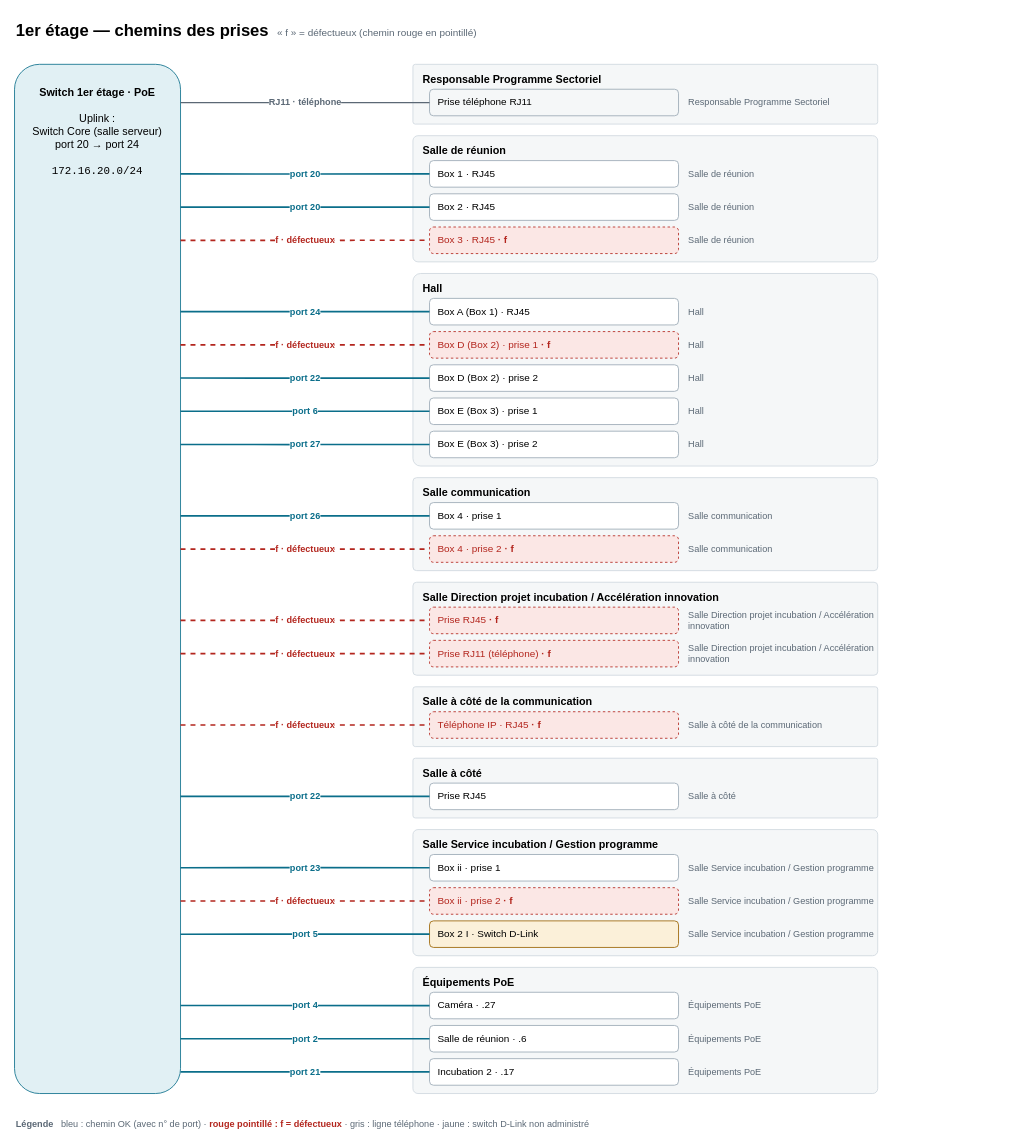
Earlier version of the draw.io diagram page "2 - 1er étage (détail)" (2 of 3) of docs/architecture-reseau/architecture-reseau.drawio (obssieh-hash/uediaefgzeaf-egferzufgezifzehu-). Source tidied: cells renumbered, new cells numbered last; positions are measured from the earlier drawing's top-left corner, leaving out a move shared by most shapes. Both pictures are drawn from the tidied source at 83%, with x=0, y=0 at pixel (14, 14).
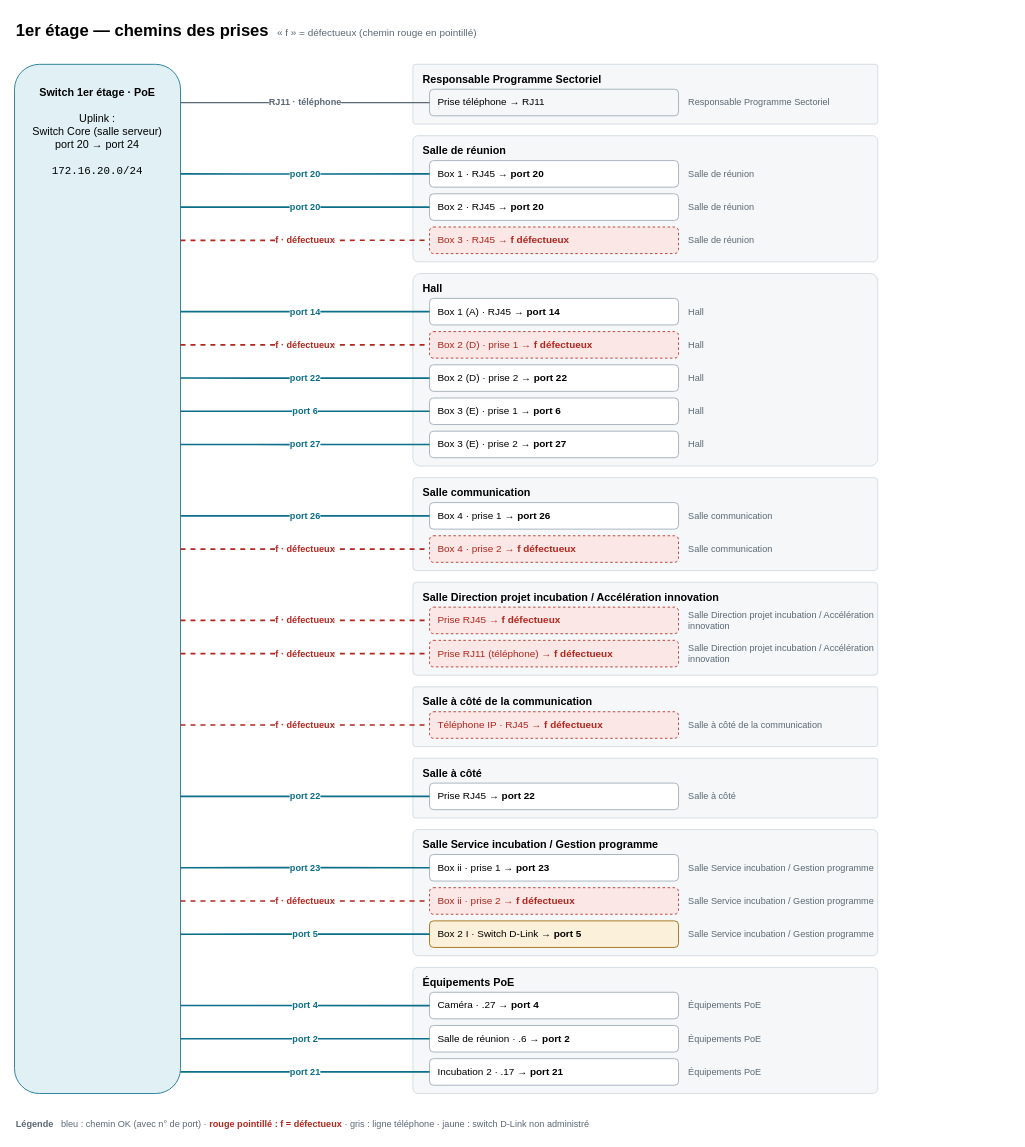
The same diagram, later.

Commit message (it also covers changes not shown here):
Show switch port on each box; Hall Box 1 on port 14

Claude-Session: https://claude.ai/code/session_01F2rKLbVqMneLCpJ3bEKdsS

The change refers to these unchanged cells:
```xml
<mxCell id="3" value="&lt;b&gt;Switch 1er étage · PoE&lt;/b&gt;&lt;br&gt;&lt;br&gt;Uplink :&lt;br&gt;Switch Core (salle serveur)&lt;br&gt;port 20 → port 24&lt;br&gt;&lt;br&gt;&lt;font face='monospace'&gt;172.16.20.0/24&lt;/font&gt;" style="rounded=1;whiteSpace=wrap;html=1;fillColor=#E1F0F4;strokeColor=#0B6E8A;fontSize=13;verticalAlign=top;spacingTop=20;" parent="1" vertex="1">
  <mxGeometry y="60" width="200" height="1240" as="geometry" />
</mxCell>
```

Change to the diagram source:
```diff
@@
-    <mxCell id="5" value="Prise téléphone RJ11" style="rounded=1;whiteSpace=wrap;html=1;fillColor=#F5F7F8;strokeColor=#9AA8B4;fontSize=12;align=left;spacingLeft=8;" parent="1" vertex="1">
+    <mxCell id="5" value="Prise téléphone  → RJ11" style="rounded=1;whiteSpace=wrap;html=1;fillColor=#F5F7F8;strokeColor=#9AA8B4;fontSize=12;align=left;spacingLeft=8;" parent="1" vertex="1">
       <mxGeometry x="500" y="90" width="300" height="32" as="geometry" />
     </mxCell>
@@
-    <mxCell id="8" value="Box 1 · RJ45" style="rounded=1;whiteSpace=wrap;html=1;fillColor=#FFFFFF;strokeColor=#9AA8B4;fontSize=12;align=left;spacingLeft=8;" parent="1" vertex="1">
+    <mxCell id="8" value="Box 1 · RJ45  → &lt;b&gt;port 20&lt;/b&gt;" style="rounded=1;whiteSpace=wrap;html=1;fillColor=#FFFFFF;strokeColor=#9AA8B4;fontSize=12;align=left;spacingLeft=8;" parent="1" vertex="1">
       <mxGeometry x="500" y="176" width="300" height="32" as="geometry" />
     </mxCell>
@@
-    <mxCell id="10" value="Box 2 · RJ45" style="rounded=1;whiteSpace=wrap;html=1;fillColor=#FFFFFF;strokeColor=#9AA8B4;fontSize=12;align=left;spacingLeft=8;" parent="1" vertex="1">
+    <mxCell id="10" value="Box 2 · RJ45  → &lt;b&gt;port 20&lt;/b&gt;" style="rounded=1;whiteSpace=wrap;html=1;fillColor=#FFFFFF;strokeColor=#9AA8B4;fontSize=12;align=left;spacingLeft=8;" parent="1" vertex="1">
       <mxGeometry x="500" y="216" width="300" height="32" as="geometry" />
     </mxCell>
@@
-    <mxCell id="12" value="Box 3 · RJ45  &lt;b&gt;· f&lt;/b&gt;" style="rounded=1;whiteSpace=wrap;html=1;fillColor=#FBE7E5;strokeColor=#B3261E;fontColor=#B3261E;fontSize=12;align=left;spacingLeft=8;dashed=1;" parent="1" vertex="1">
+    <mxCell id="12" value="Box 3 · RJ45  → &lt;b&gt;f défectueux&lt;/b&gt;" style="rounded=1;whiteSpace=wrap;html=1;fillColor=#FBE7E5;strokeColor=#B3261E;fontColor=#B3261E;fontSize=12;align=left;spacingLeft=8;dashed=1;" parent="1" vertex="1">
       <mxGeometry x="500" y="256" width="300" height="32" as="geometry" />
     </mxCell>
@@
-    <mxCell id="15" value="Box A (Box 1) · RJ45" style="rounded=1;whiteSpace=wrap;html=1;fillColor=#FFFFFF;strokeColor=#9AA8B4;fontSize=12;align=left;spacingLeft=8;" parent="1" vertex="1">
+    <mxCell id="15" value="Box 1 (A) · RJ45  → &lt;b&gt;port 14&lt;/b&gt;" style="rounded=1;whiteSpace=wrap;html=1;fillColor=#FFFFFF;strokeColor=#9AA8B4;fontSize=12;align=left;spacingLeft=8;" parent="1" vertex="1">
       <mxGeometry x="500" y="342" width="300" height="32" as="geometry" />
     </mxCell>
@@
-    <mxCell id="17" value="Box D (Box 2) · prise 1  &lt;b&gt;· f&lt;/b&gt;" style="rounded=1;whiteSpace=wrap;html=1;fillColor=#FBE7E5;strokeColor=#B3261E;fontColor=#B3261E;fontSize=12;align=left;spacingLeft=8;dashed=1;" parent="1" vertex="1">
+    <mxCell id="17" value="Box 2 (D) · prise 1  → &lt;b&gt;f défectueux&lt;/b&gt;" style="rounded=1;whiteSpace=wrap;html=1;fillColor=#FBE7E5;strokeColor=#B3261E;fontColor=#B3261E;fontSize=12;align=left;spacingLeft=8;dashed=1;" parent="1" vertex="1">
       <mxGeometry x="500" y="382" width="300" height="32" as="geometry" />
     </mxCell>
@@
-    <mxCell id="19" value="Box D (Box 2) · prise 2" style="rounded=1;whiteSpace=wrap;html=1;fillColor=#FFFFFF;strokeColor=#9AA8B4;fontSize=12;align=left;spacingLeft=8;" parent="1" vertex="1">
+    <mxCell id="19" value="Box 2 (D) · prise 2  → &lt;b&gt;port 22&lt;/b&gt;" style="rounded=1;whiteSpace=wrap;html=1;fillColor=#FFFFFF;strokeColor=#9AA8B4;fontSize=12;align=left;spacingLeft=8;" parent="1" vertex="1">
       <mxGeometry x="500" y="422" width="300" height="32" as="geometry" />
     </mxCell>
@@
-    <mxCell id="21" value="Box E (Box 3) · prise 1" style="rounded=1;whiteSpace=wrap;html=1;fillColor=#FFFFFF;strokeColor=#9AA8B4;fontSize=12;align=left;spacingLeft=8;" parent="1" vertex="1">
+    <mxCell id="21" value="Box 3 (E) · prise 1  → &lt;b&gt;port 6&lt;/b&gt;" style="rounded=1;whiteSpace=wrap;html=1;fillColor=#FFFFFF;strokeColor=#9AA8B4;fontSize=12;align=left;spacingLeft=8;" parent="1" vertex="1">
       <mxGeometry x="500" y="462" width="300" height="32" as="geometry" />
     </mxCell>
@@
-    <mxCell id="23" value="Box E (Box 3) · prise 2" style="rounded=1;whiteSpace=wrap;html=1;fillColor=#FFFFFF;strokeColor=#9AA8B4;fontSize=12;align=left;spacingLeft=8;" parent="1" vertex="1">
+    <mxCell id="23" value="Box 3 (E) · prise 2  → &lt;b&gt;port 27&lt;/b&gt;" style="rounded=1;whiteSpace=wrap;html=1;fillColor=#FFFFFF;strokeColor=#9AA8B4;fontSize=12;align=left;spacingLeft=8;" parent="1" vertex="1">
       <mxGeometry x="500" y="502" width="300" height="32" as="geometry" />
     </mxCell>
@@
-    <mxCell id="26" value="Box 4 · prise 1" style="rounded=1;whiteSpace=wrap;html=1;fillColor=#FFFFFF;strokeColor=#9AA8B4;fontSize=12;align=left;spacingLeft=8;" parent="1" vertex="1">
+    <mxCell id="26" value="Box 4 · prise 1  → &lt;b&gt;port 26&lt;/b&gt;" style="rounded=1;whiteSpace=wrap;html=1;fillColor=#FFFFFF;strokeColor=#9AA8B4;fontSize=12;align=left;spacingLeft=8;" parent="1" vertex="1">
       <mxGeometry x="500" y="588" width="300" height="32" as="geometry" />
     </mxCell>
@@
-    <mxCell id="28" value="Box 4 · prise 2  &lt;b&gt;· f&lt;/b&gt;" style="rounded=1;whiteSpace=wrap;html=1;fillColor=#FBE7E5;strokeColor=#B3261E;fontColor=#B3261E;fontSize=12;align=left;spacingLeft=8;dashed=1;" parent="1" vertex="1">
+    <mxCell id="28" value="Box 4 · prise 2  → &lt;b&gt;f défectueux&lt;/b&gt;" style="rounded=1;whiteSpace=wrap;html=1;fillColor=#FBE7E5;strokeColor=#B3261E;fontColor=#B3261E;fontSize=12;align=left;spacingLeft=8;dashed=1;" parent="1" vertex="1">
       <mxGeometry x="500" y="628" width="300" height="32" as="geometry" />
     </mxCell>
@@
-    <mxCell id="31" value="Prise RJ45  &lt;b&gt;· f&lt;/b&gt;" style="rounded=1;whiteSpace=wrap;html=1;fillColor=#FBE7E5;strokeColor=#B3261E;fontColor=#B3261E;fontSize=12;align=left;spacingLeft=8;dashed=1;" parent="1" vertex="1">
+    <mxCell id="31" value="Prise RJ45  → &lt;b&gt;f défectueux&lt;/b&gt;" style="rounded=1;whiteSpace=wrap;html=1;fillColor=#FBE7E5;strokeColor=#B3261E;fontColor=#B3261E;fontSize=12;align=left;spacingLeft=8;dashed=1;" parent="1" vertex="1">
       <mxGeometry x="500" y="714" width="300" height="32" as="geometry" />
     </mxCell>
@@
-    <mxCell id="33" value="Prise RJ11 (téléphone)  &lt;b&gt;· f&lt;/b&gt;" style="rounded=1;whiteSpace=wrap;html=1;fillColor=#FBE7E5;strokeColor=#B3261E;fontColor=#B3261E;fontSize=12;align=left;spacingLeft=8;dashed=1;" parent="1" vertex="1">
+    <mxCell id="33" value="Prise RJ11 (téléphone)  → &lt;b&gt;f défectueux&lt;/b&gt;" style="rounded=1;whiteSpace=wrap;html=1;fillColor=#FBE7E5;strokeColor=#B3261E;fontColor=#B3261E;fontSize=12;align=left;spacingLeft=8;dashed=1;" parent="1" vertex="1">
       <mxGeometry x="500" y="754" width="300" height="32" as="geometry" />
     </mxCell>
@@
-    <mxCell id="36" value="Téléphone IP · RJ45  &lt;b&gt;· f&lt;/b&gt;" style="rounded=1;whiteSpace=wrap;html=1;fillColor=#FBE7E5;strokeColor=#B3261E;fontColor=#B3261E;fontSize=12;align=left;spacingLeft=8;dashed=1;" parent="1" vertex="1">
+    <mxCell id="36" value="Téléphone IP · RJ45  → &lt;b&gt;f défectueux&lt;/b&gt;" style="rounded=1;whiteSpace=wrap;html=1;fillColor=#FBE7E5;strokeColor=#B3261E;fontColor=#B3261E;fontSize=12;align=left;spacingLeft=8;dashed=1;" parent="1" vertex="1">
       <mxGeometry x="500" y="840" width="300" height="32" as="geometry" />
     </mxCell>
@@
-    <mxCell id="39" value="Prise RJ45" style="rounded=1;whiteSpace=wrap;html=1;fillColor=#FFFFFF;strokeColor=#9AA8B4;fontSize=12;align=left;spacingLeft=8;" parent="1" vertex="1">
+    <mxCell id="39" value="Prise RJ45  → &lt;b&gt;port 22&lt;/b&gt;" style="rounded=1;whiteSpace=wrap;html=1;fillColor=#FFFFFF;strokeColor=#9AA8B4;fontSize=12;align=left;spacingLeft=8;" parent="1" vertex="1">
       <mxGeometry x="500" y="926" width="300" height="32" as="geometry" />
     </mxCell>
@@
-    <mxCell id="42" value="Box ii · prise 1" style="rounded=1;whiteSpace=wrap;html=1;fillColor=#FFFFFF;strokeColor=#9AA8B4;fontSize=12;align=left;spacingLeft=8;" parent="1" vertex="1">
+    <mxCell id="42" value="Box ii · prise 1  → &lt;b&gt;port 23&lt;/b&gt;" style="rounded=1;whiteSpace=wrap;html=1;fillColor=#FFFFFF;strokeColor=#9AA8B4;fontSize=12;align=left;spacingLeft=8;" parent="1" vertex="1">
       <mxGeometry x="500" y="1012" width="300" height="32" as="geometry" />
     </mxCell>
@@
-    <mxCell id="44" value="Box ii · prise 2  &lt;b&gt;· f&lt;/b&gt;" style="rounded=1;whiteSpace=wrap;html=1;fillColor=#FBE7E5;strokeColor=#B3261E;fontColor=#B3261E;fontSize=12;align=left;spacingLeft=8;dashed=1;" parent="1" vertex="1">
+    <mxCell id="44" value="Box ii · prise 2  → &lt;b&gt;f défectueux&lt;/b&gt;" style="rounded=1;whiteSpace=wrap;html=1;fillColor=#FBE7E5;strokeColor=#B3261E;fontColor=#B3261E;fontSize=12;align=left;spacingLeft=8;dashed=1;" parent="1" vertex="1">
       <mxGeometry x="500" y="1052" width="300" height="32" as="geometry" />
     </mxCell>
@@
-    <mxCell id="46" value="Box 2 I · Switch D-Link" style="rounded=1;whiteSpace=wrap;html=1;fillColor=#FBF0D9;strokeColor=#9A6200;fontSize=12;align=left;spacingLeft=8;" parent="1" vertex="1">
+    <mxCell id="46" value="Box 2 I · Switch D-Link  → &lt;b&gt;port 5&lt;/b&gt;" style="rounded=1;whiteSpace=wrap;html=1;fillColor=#FBF0D9;strokeColor=#9A6200;fontSize=12;align=left;spacingLeft=8;" parent="1" vertex="1">
       <mxGeometry x="500" y="1092" width="300" height="32" as="geometry" />
     </mxCell>
@@
-    <mxCell id="49" value="Caméra · .27" style="rounded=1;whiteSpace=wrap;html=1;fillColor=#FFFFFF;strokeColor=#9AA8B4;fontSize=12;align=left;spacingLeft=8;" parent="1" vertex="1">
+    <mxCell id="49" value="Caméra · .27  → &lt;b&gt;port 4&lt;/b&gt;" style="rounded=1;whiteSpace=wrap;html=1;fillColor=#FFFFFF;strokeColor=#9AA8B4;fontSize=12;align=left;spacingLeft=8;" parent="1" vertex="1">
       <mxGeometry x="500" y="1178" width="300" height="32" as="geometry" />
     </mxCell>
@@
-    <mxCell id="51" value="Salle de réunion · .6" style="rounded=1;whiteSpace=wrap;html=1;fillColor=#FFFFFF;strokeColor=#9AA8B4;fontSize=12;align=left;spacingLeft=8;" parent="1" vertex="1">
+    <mxCell id="51" value="Salle de réunion · .6  → &lt;b&gt;port 2&lt;/b&gt;" style="rounded=1;whiteSpace=wrap;html=1;fillColor=#FFFFFF;strokeColor=#9AA8B4;fontSize=12;align=left;spacingLeft=8;" parent="1" vertex="1">
       <mxGeometry x="500" y="1218" width="300" height="32" as="geometry" />
     </mxCell>
@@
-    <mxCell id="53" value="Incubation 2 · .17" style="rounded=1;whiteSpace=wrap;html=1;fillColor=#FFFFFF;strokeColor=#9AA8B4;fontSize=12;align=left;spacingLeft=8;" parent="1" vertex="1">
+    <mxCell id="53" value="Incubation 2 · .17  → &lt;b&gt;port 21&lt;/b&gt;" style="rounded=1;whiteSpace=wrap;html=1;fillColor=#FFFFFF;strokeColor=#9AA8B4;fontSize=12;align=left;spacingLeft=8;" parent="1" vertex="1">
       <mxGeometry x="500" y="1258" width="300" height="32" as="geometry" />
     </mxCell>
@@
-    <mxCell id="65" value="port 24" style="edgeStyle=orthogonalEdgeStyle;rounded=1;html=1;endArrow=none;strokeWidth=2;strokeColor=#0B6E8A;fontColor=#0B6E8A;fontStyle=1;fontSize=11;labelBackgroundColor=#FFFFFF;exitX=1;exitY=0.2403;exitPerimeter=0;entryX=0;entryY=0.5;" parent="1" edge="1" source="3" target="15">
+    <mxCell id="65" value="port 14" style="edgeStyle=orthogonalEdgeStyle;rounded=1;html=1;endArrow=none;strokeWidth=2;strokeColor=#0B6E8A;fontColor=#0B6E8A;fontStyle=1;fontSize=11;labelBackgroundColor=#FFFFFF;exitX=1;exitY=0.2403;exitPerimeter=0;entryX=0;entryY=0.5;" parent="1" edge="1" source="3" target="15">
       <mxGeometry relative="1" as="geometry" />
     </mxCell>
```
